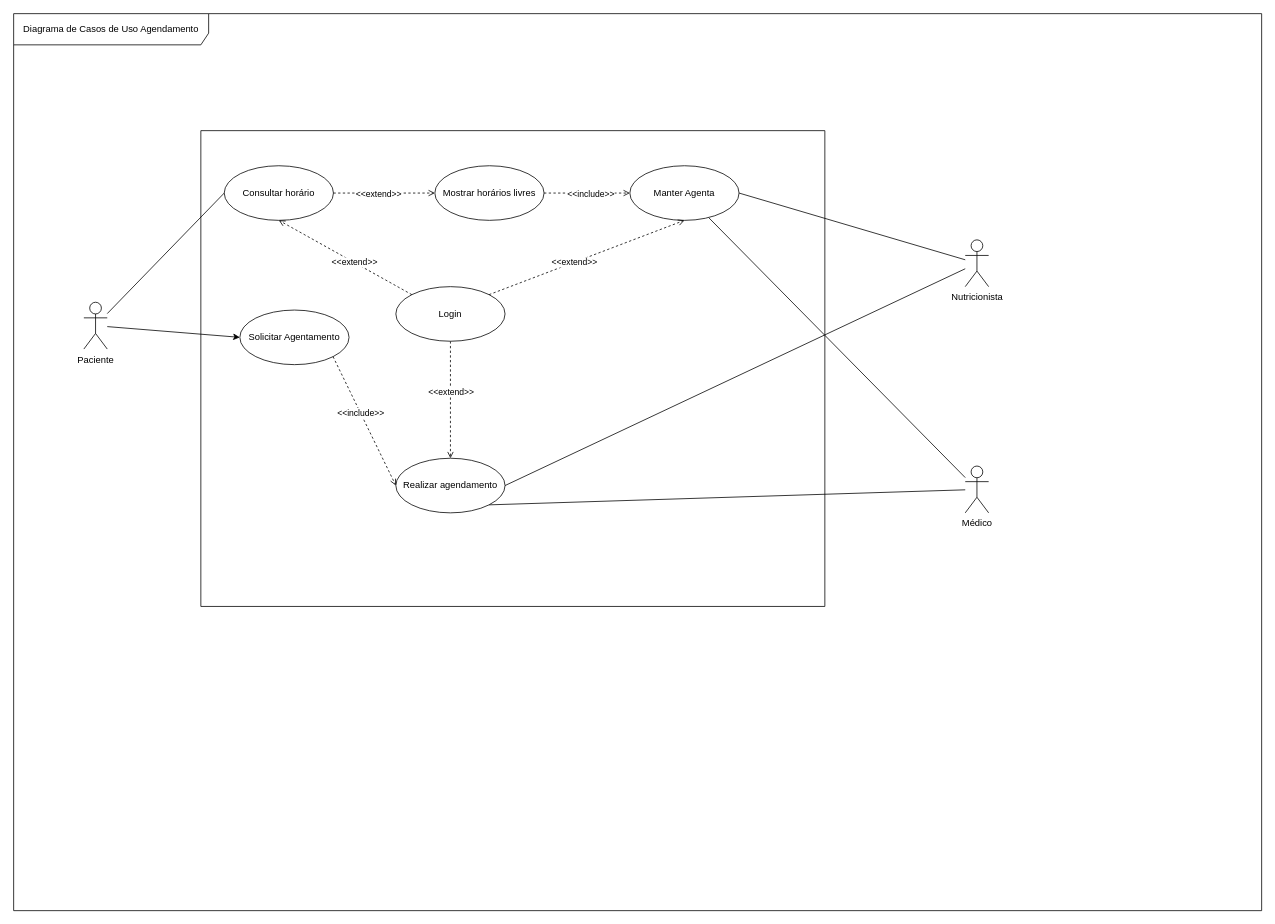
ProjetoDelimeterSite/DelimeterDocumantacao keeps this draw.io diagram as diagrama_de_casos_de_uso_2.drawio. Above is the earlier version. Source tidied: cells renumbered, new cells numbered last; positions are measured from the earlier drawing's top-left corner, leaving out a move shared by most shapes. Both pictures are drawn from the tidied source at 78%, with x=0, y=0 at pixel (13, 13).
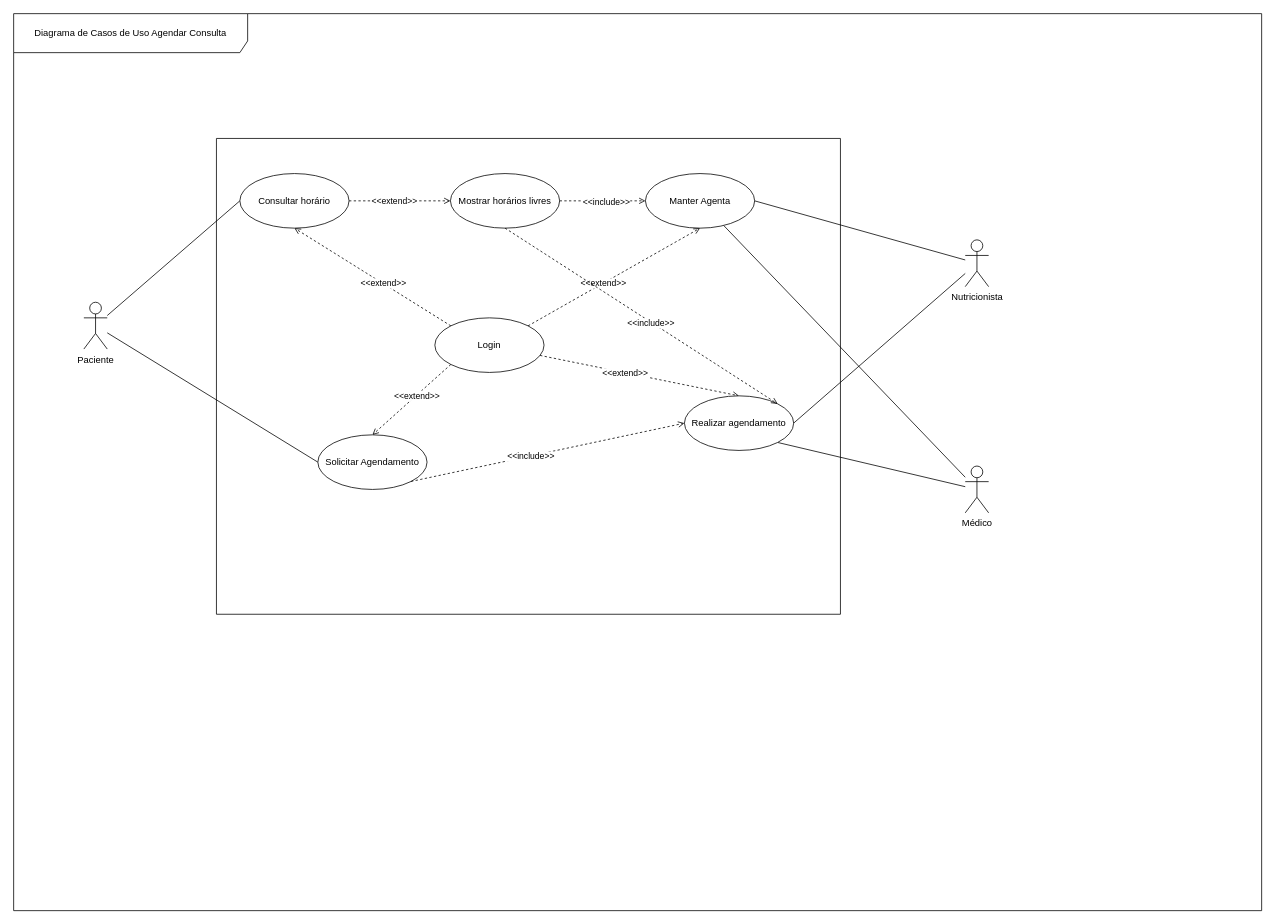
After the change.

The change refers to these unchanged cells:
```xml
<mxCell id="4" value="Paciente" style="shape=umlActor;verticalLabelPosition=bottom;verticalAlign=top;html=1;" parent="1" vertex="1">
  <mxGeometry x="90" y="370" width="30" height="60" as="geometry" />
</mxCell>
<mxCell id="22" value="Mostrar horários livres" style="ellipse;whiteSpace=wrap;html=1;" parent="12" vertex="1">
  <mxGeometry x="300" y="45" width="140" height="70" as="geometry" />
</mxCell>
```

Diff of the diagram source:
```diff
@@
-    <mxCell id="3" style="rounded=0;jettySize=auto;html=1;entryX=0;entryY=0.5;entryDx=0;entryDy=0;" parent="1" edge="1" source="4" target="28">
+    <mxCell id="3" style="rounded=0;jettySize=auto;html=1;entryX=0;entryY=0.5;entryDx=0;entryDy=0;endArrow=none;endFill=0;" parent="1" edge="1" source="4" target="28">
       <mxGeometry relative="1" as="geometry" />
     </mxCell>
@@
-    <mxCell id="11" value="Diagrama de Casos de Uso Agendamento" style="shape=umlFrame;whiteSpace=wrap;html=1;width=250;height=40;" parent="1" vertex="1">
+    <mxCell id="11" value="Diagrama de Casos de Uso Agendar Consulta" style="shape=umlFrame;whiteSpace=wrap;html=1;width=300;height=50;" parent="1" vertex="1">
       <mxGeometry width="1600" height="1150" as="geometry" />
     </mxCell>
     <mxCell id="12" style="swimlane;startSize=0;" parent="1" vertex="1">
-      <mxGeometry x="240" y="150" width="800" height="610" as="geometry" />
+      <mxGeometry x="260" y="160" width="800" height="610" as="geometry" />
     </mxCell>
-    <mxCell id="13" style="rounded=0;jettySize=auto;html=1;dashed=1;endArrow=open;endFill=0;" parent="12" edge="1" source="15" target="25">
+    <mxCell id="13" style="rounded=0;jettySize=auto;html=1;dashed=1;endArrow=open;endFill=0;entryX=0.5;entryY=0;entryDx=0;entryDy=0;" parent="12" edge="1" source="15" target="25">
       <mxGeometry relative="1" as="geometry" />
     </mxCell>
@@
     <mxCell id="15" value="Login" style="ellipse;whiteSpace=wrap;html=1;" parent="12" vertex="1">
-      <mxGeometry x="250" y="200" width="140" height="70" as="geometry" />
+      <mxGeometry x="280" y="230" width="140" height="70" as="geometry" />
     </mxCell>
@@
     <mxCell id="25" value="Realizar agendamento" style="ellipse;whiteSpace=wrap;html=1;" parent="12" vertex="1">
-      <mxGeometry x="250" y="420" width="140" height="70" as="geometry" />
+      <mxGeometry x="600" y="330" width="140" height="70" as="geometry" />
     </mxCell>
@@
-    <mxCell id="28" value="Solicitar Agentamento" style="ellipse;whiteSpace=wrap;html=1;" parent="12" vertex="1">
-      <mxGeometry x="50" y="230" width="140" height="70" as="geometry" />
+    <mxCell id="28" value="Solicitar Agendamento" style="ellipse;whiteSpace=wrap;html=1;" parent="12" vertex="1">
+      <mxGeometry x="130" y="380" width="140" height="70" as="geometry" />
     </mxCell>
@@
+    <mxCell id="31" style="rounded=0;jettySize=auto;html=1;entryX=1;entryY=0;entryDx=0;entryDy=0;endArrow=open;endFill=0;dashed=1;exitX=0.5;exitY=1;exitDx=0;exitDy=0;" parent="12" edge="1" source="22" target="25">
+      <mxGeometry relative="1" as="geometry" />
+    </mxCell>
+    <mxCell id="32" value="&amp;lt;&amp;lt;include&amp;gt;&amp;gt;" style="edgeLabel;html=1;align=center;verticalAlign=middle;" parent="31" vertex="1">
+      <mxGeometry x="0.07" y="-1" relative="1" as="geometry" />
+    </mxCell>
+    <mxCell id="33" style="rounded=0;jettySize=auto;html=1;dashed=1;endArrow=open;endFill=0;exitX=0;exitY=1;exitDx=0;exitDy=0;entryX=0.5;entryY=0;entryDx=0;entryDy=0;" parent="12" edge="1" source="15" target="28">
+      <mxGeometry relative="1" as="geometry" />
+    </mxCell>
+    <mxCell id="34" value="&amp;lt;&amp;lt;extend&amp;gt;&amp;gt;" style="edgeLabel;html=1;align=center;verticalAlign=middle;" parent="33" vertex="1">
+      <mxGeometry x="-0.13" relative="1" as="geometry" />
+    </mxCell>
```
